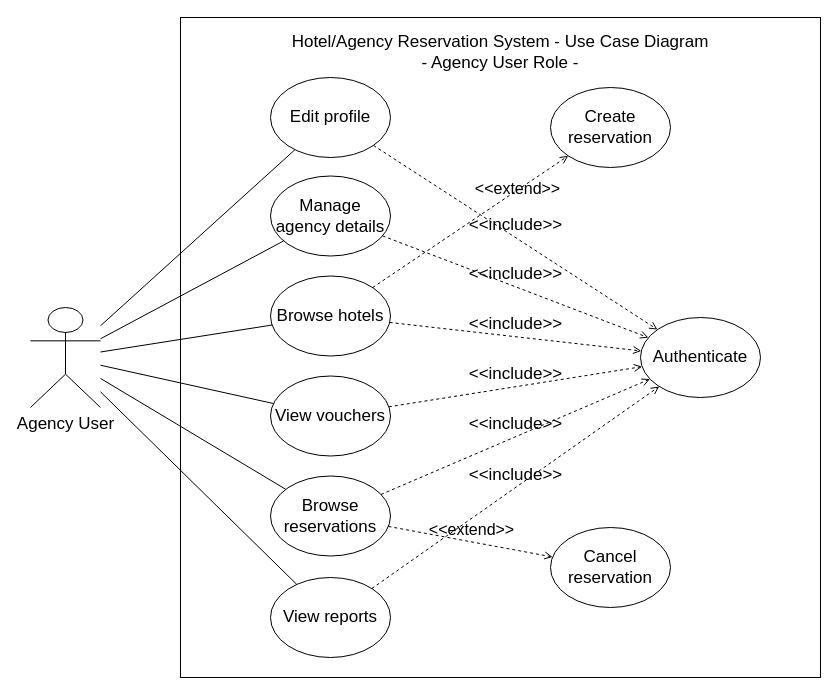
jawharhmidi02/resrvy_diagrams keeps this draw.io diagram as page "agency" (3 of 4) of use_case_diagram.drawio. Above is the earlier version. Source tidied: cells renumbered, new cells numbered last; positions are measured from the earlier drawing's top-left corner, leaving out a move shared by most shapes. Both pictures are drawn from the tidied source at 100%, with x=0, y=0 at pixel (30, 17).
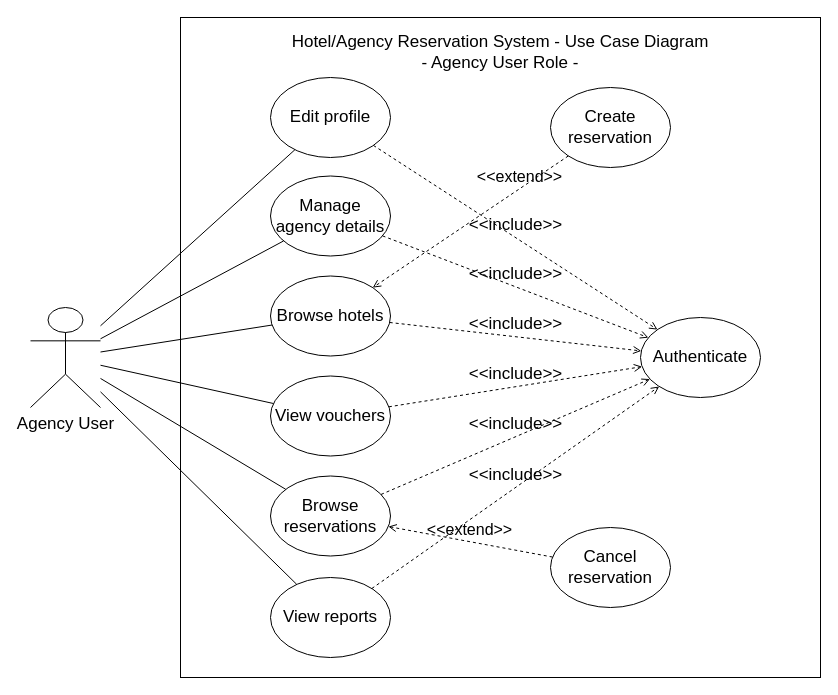
The same diagram, later.

The change refers to these unchanged cells:
```xml
<mxCell id="3" value="Browse reservations" style="ellipse;whiteSpace=wrap;html=1;fontSize=17;" parent="1" vertex="1">
  <mxGeometry x="240" y="458.5" width="120" height="80" as="geometry" />
</mxCell>
<mxCell id="7" value="Browse hotels" style="ellipse;whiteSpace=wrap;html=1;fontSize=17;" parent="1" vertex="1">
  <mxGeometry x="240" y="258.5" width="120" height="80" as="geometry" />
</mxCell>
<mxCell id="11" value="Cancel reservation" style="ellipse;whiteSpace=wrap;html=1;fontSize=17;" parent="1" vertex="1">
  <mxGeometry x="520" y="510" width="120" height="80" as="geometry" />
</mxCell>
<mxCell id="12" value="Create reservation" style="ellipse;whiteSpace=wrap;html=1;fontSize=17;" parent="1" vertex="1">
  <mxGeometry x="520" y="70" width="120" height="80" as="geometry" />
</mxCell>
```

What changed in the source:
```diff
@@
-    <mxCell id="23" value="&amp;lt;&amp;lt;extend&amp;gt;&amp;gt;" style="html=1;verticalAlign=bottom;labelBackgroundColor=none;endArrow=open;endFill=0;dashed=1;rounded=0;fontSize=16;" parent="1" edge="1" source="7" target="12">
-      <mxGeometry x="0.43" y="-9" relative="1" as="geometry" />
+    <mxCell id="23" value="&amp;lt;&amp;lt;extend&amp;gt;&amp;gt;" style="html=1;verticalAlign=bottom;labelBackgroundColor=none;endArrow=open;endFill=0;dashed=1;rounded=0;fontSize=16;" parent="1" edge="1" source="12" target="7">
+      <mxGeometry x="-0.51" y="-1" relative="1" as="geometry">
+        <mxPoint y="1" as="offset" />
+      </mxGeometry>
     </mxCell>
-    <mxCell id="24" value="&amp;lt;&amp;lt;extend&amp;gt;&amp;gt;" style="html=1;verticalAlign=bottom;labelBackgroundColor=none;endArrow=open;endFill=0;dashed=1;rounded=0;fontSize=16;" parent="1" edge="1" source="3" target="11">
+    <mxCell id="24" value="&amp;lt;&amp;lt;extend&amp;gt;&amp;gt;" style="html=1;verticalAlign=bottom;labelBackgroundColor=none;endArrow=open;endFill=0;dashed=1;rounded=0;fontSize=16;" parent="1" edge="1" source="11" target="3">
       <mxGeometry relative="1" as="geometry" />
     </mxCell>
```
